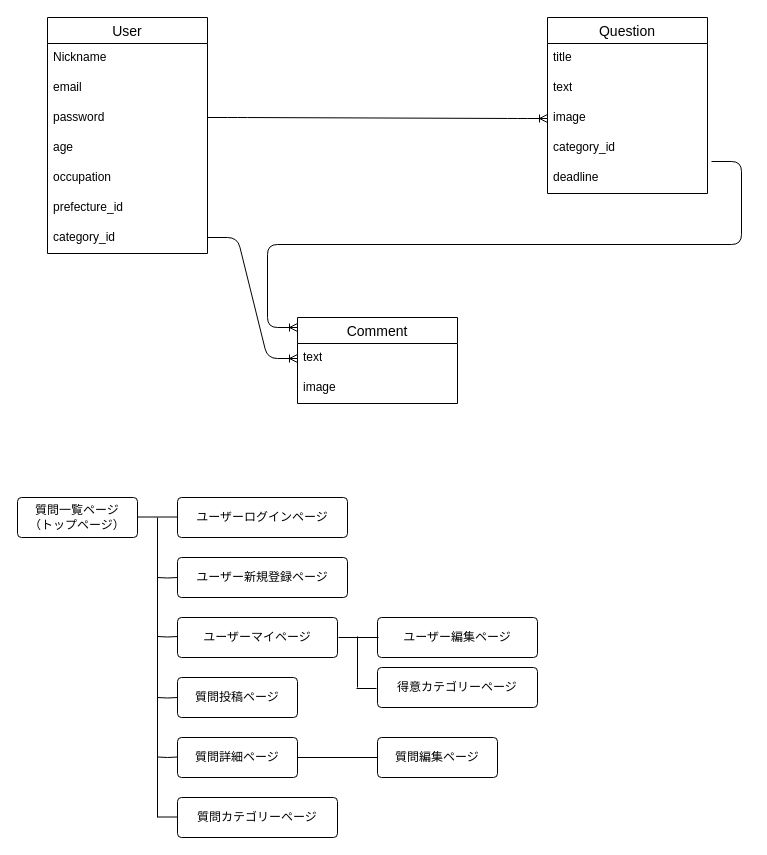
The draw.io diagram ari1.dio in ushiyushi/ari1-app, before the edit. Source tidied: cells renumbered, new cells numbered last; positions are measured from the earlier drawing's top-left corner, leaving out a move shared by most shapes. Both pictures are drawn from the tidied source at 100%, with x=0, y=0 at pixel (17, 17).
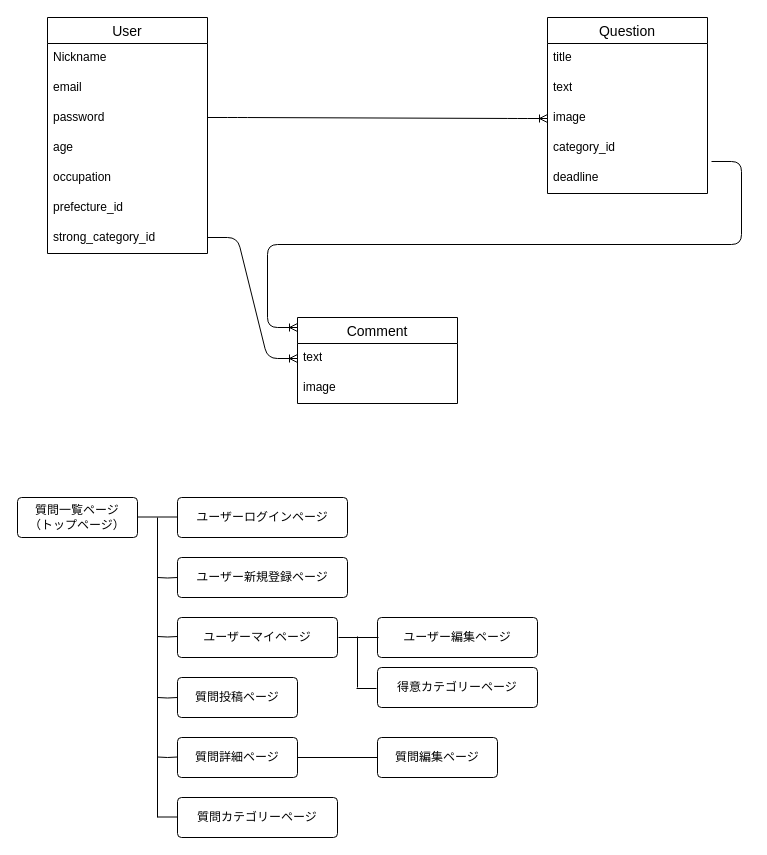
Above is the later version.

Commit message (it also covers changes not shown here):
テーブル設計

Unchanged cells that the change refers to:
```xml
<mxCell id="2" value="User" style="swimlane;fontStyle=0;horizontal=1;startSize=26;align=center;fontSize=14;" parent="1" vertex="1">
  <mxGeometry x="30" width="160" height="236" as="geometry" />
</mxCell>
```

Diff of the diagram source:
```diff
@@
-    <mxCell id="9" value="category_id" style="text;strokeColor=none;fillColor=none;spacingLeft=4;spacingRight=4;overflow=hidden;fontSize=12;whiteSpace=wrap;html=1;" parent="2" vertex="1">
+    <mxCell id="9" value="strong_category_id" style="text;strokeColor=none;fillColor=none;spacingLeft=4;spacingRight=4;overflow=hidden;fontSize=12;whiteSpace=wrap;html=1;" parent="2" vertex="1">
       <mxGeometry y="206" width="160" height="30" as="geometry" />
     </mxCell>
```
